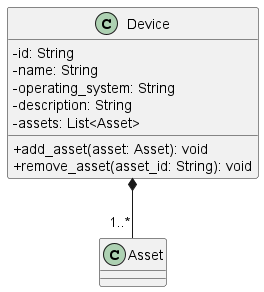
The PlantUML diagram src/PB/DocumentazioneEsterna/Specifica_Tecnica/content/uml/png/DeleteDevice/Device.png in GroupRubberDuck/Documentazione, before a commit.
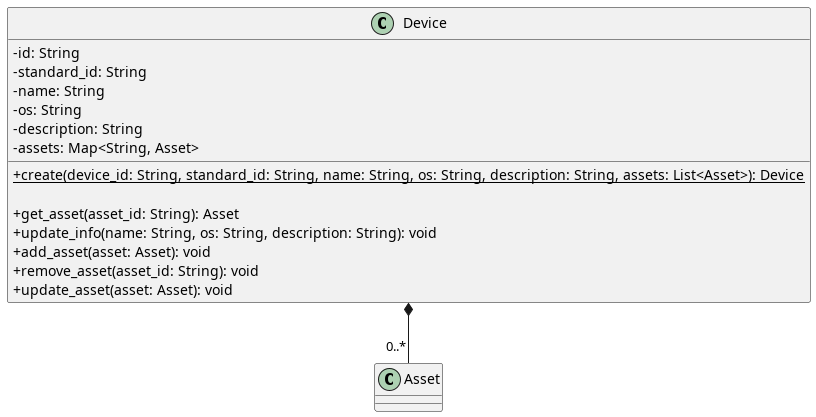
Above is the later version.

Diff of the diagram source:
```diff
@@ -4,15 +4,21 @@
 
 class Device {
     - id: String
+    - standard_id: String
     - name: String
-    - operating_system: String
+    - os: String
     - description: String
-    - assets: List<Asset>
+    - assets: Map<String, Asset>
 
+    + {static} create(device_id: String, standard_id: String, name: String, os: String, description: String, assets: List<Asset>): Device
+
+    + get_asset(asset_id: String): Asset
+    + update_info(name: String, os: String, description: String): void
     + add_asset(asset: Asset): void
     + remove_asset(asset_id: String): void
+    + update_asset(asset: Asset): void
 }
 
-Device *-- "1..*" Asset
+Device *-- "0..*" Asset
 
 @enduml
```
